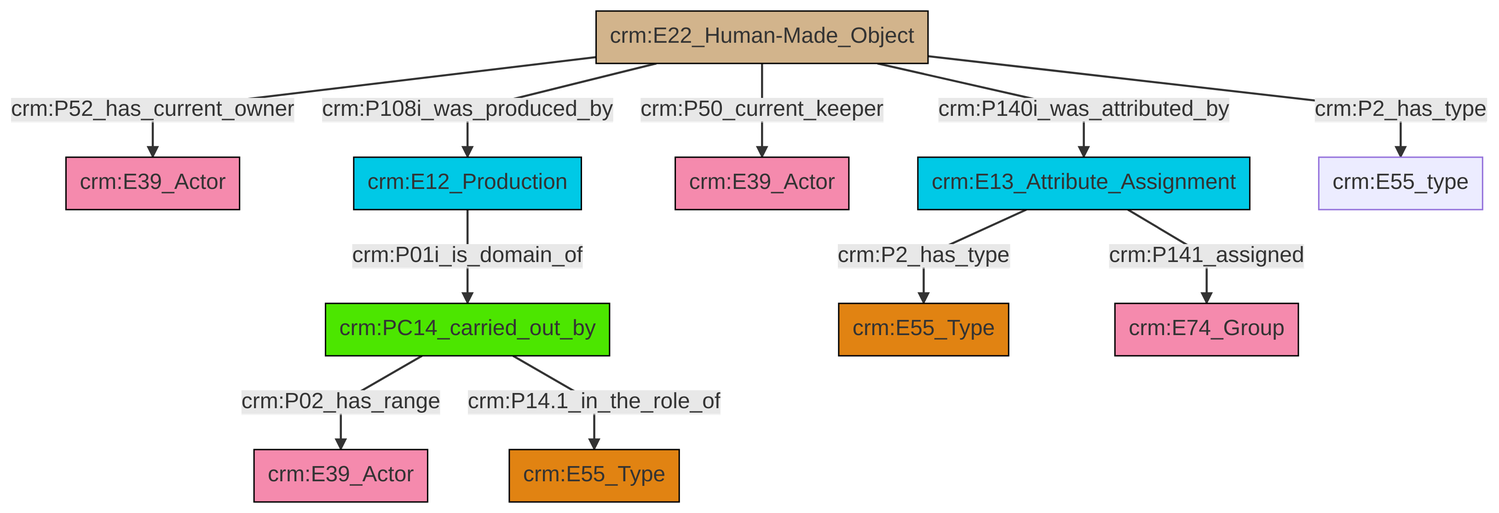
swiss-art-research-net/docs.swissartresearch keeps this Mermaid diagram as et/artworkCSV/ttl/mmd/png/Artwork_Actor_Relations.png. Above is the earlier version. Its source is kept beside it as et/artworkCSV/ttl/mmd/Artwork_Actor_Relations.ttl.mmd.
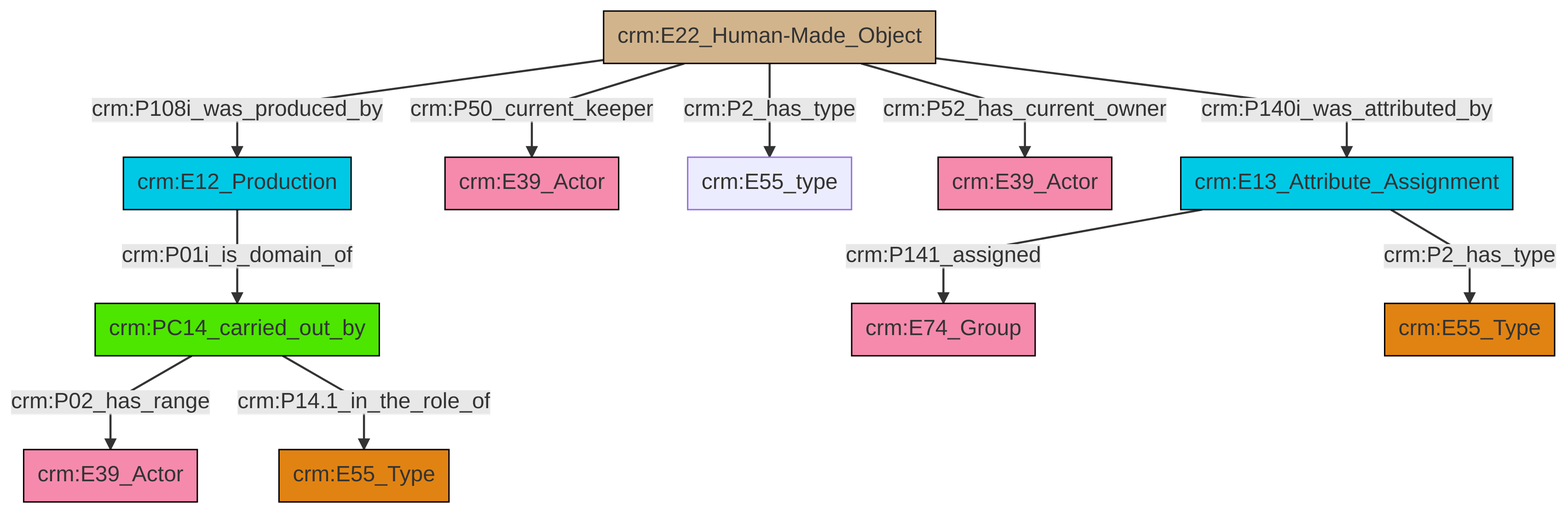
Later version of the same file.

What changed in the source:
```diff
@@ -13,13 +13,13 @@
 classDef PC_Classes fill:#4ce600, stroke:#000000;
 classDef Multi fill:#cccccc,stroke:#000000;
 
-2["crm:E22_Human-Made_Object"]:::Physical_Thing -->|crm:P52_has_current_owner| 0["crm:E39_Actor"]:::Actor
-2["crm:E22_Human-Made_Object"]:::Physical_Thing -->|crm:P108i_was_produced_by| 8["crm:E12_Production"]:::Temporal_Entity
-9["crm:PC14_carried_out_by"]:::PC_Classes -->|crm:P02_has_range| 10["crm:E39_Actor"]:::Actor
-2["crm:E22_Human-Made_Object"]:::Physical_Thing -->|crm:P50_current_keeper| 11["crm:E39_Actor"]:::Actor
-2["crm:E22_Human-Made_Object"]:::Physical_Thing -->|crm:P140i_was_attributed_by| 12["crm:E13_Attribute_Assignment"]:::Temporal_Entity
-12["crm:E13_Attribute_Assignment"]:::Temporal_Entity -->|crm:P2_has_type| 6["crm:E55_Type"]:::Type
-2["crm:E22_Human-Made_Object"]:::Physical_Thing -->|crm:P2_has_type| 4["crm:E55_type"]:::Default
-8["crm:E12_Production"]:::Temporal_Entity -->|crm:P01i_is_domain_of| 9["crm:PC14_carried_out_by"]:::PC_Classes
-12["crm:E13_Attribute_Assignment"]:::Temporal_Entity -->|crm:P141_assigned| 17["crm:E74_Group"]:::Actor
-9["crm:PC14_carried_out_by"]:::PC_Classes -->|crm:P14.1_in_the_role_of| 14["crm:E55_Type"]:::Type
+2["crm:PC14_carried_out_by"]:::PC_Classes -->|crm:P02_has_range| 3["crm:E39_Actor"]:::Actor
+13["crm:E22_Human-Made_Object"]:::Physical_Thing -->|crm:P108i_was_produced_by| 0["crm:E12_Production"]:::Temporal_Entity
+13["crm:E22_Human-Made_Object"]:::Physical_Thing -->|crm:P2_has_type| 10["crm:E55_type"]:::Default
+2["crm:PC14_carried_out_by"]:::PC_Classes -->|crm:P14.1_in_the_role_of| 6["crm:E55_Type"]:::Type
+13["crm:E22_Human-Made_Object"]:::Physical_Thing -->|crm:P140i_was_attributed_by| 16["crm:E13_Attribute_Assignment"]:::Temporal_Entity
+13["crm:E22_Human-Made_Object"]:::Physical_Thing -->|crm:P50_current_keeper| 4["crm:E39_Actor"]:::Actor
+13["crm:E22_Human-Made_Object"]:::Physical_Thing -->|crm:P52_has_current_owner| 14["crm:E39_Actor"]:::Actor
+16["crm:E13_Attribute_Assignment"]:::Temporal_Entity -->|crm:P141_assigned| 8["crm:E74_Group"]:::Actor
+16["crm:E13_Attribute_Assignment"]:::Temporal_Entity -->|crm:P2_has_type| 19["crm:E55_Type"]:::Type
+0["crm:E12_Production"]:::Temporal_Entity -->|crm:P01i_is_domain_of| 2["crm:PC14_carried_out_by"]:::PC_Classes
```
